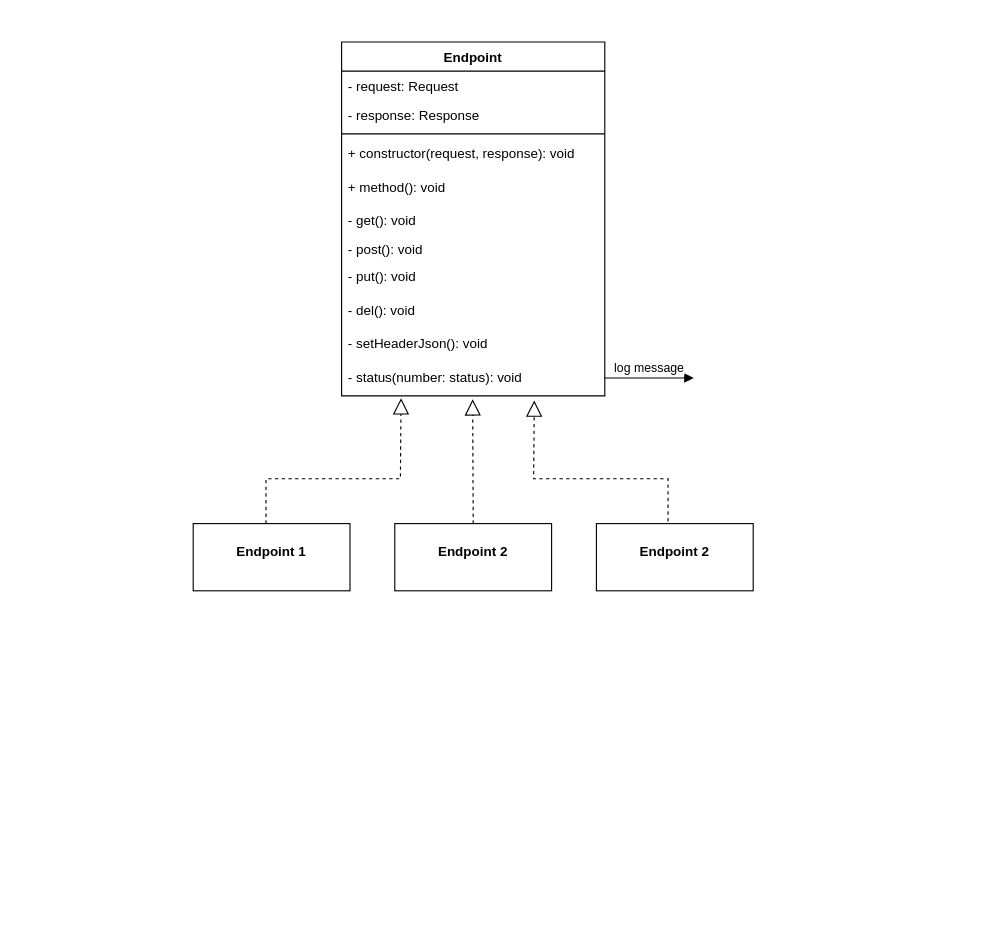
Before: docs/endpoints.drawio in syr0s/tubester-restful-api, a draw.io diagram. Source tidied: cells renumbered, new cells numbered last; positions are measured from the earlier drawing's top-left corner, leaving out a move shared by most shapes. Both pictures are drawn from the tidied source at 112%, with x=0, y=0 at pixel (193, 41).
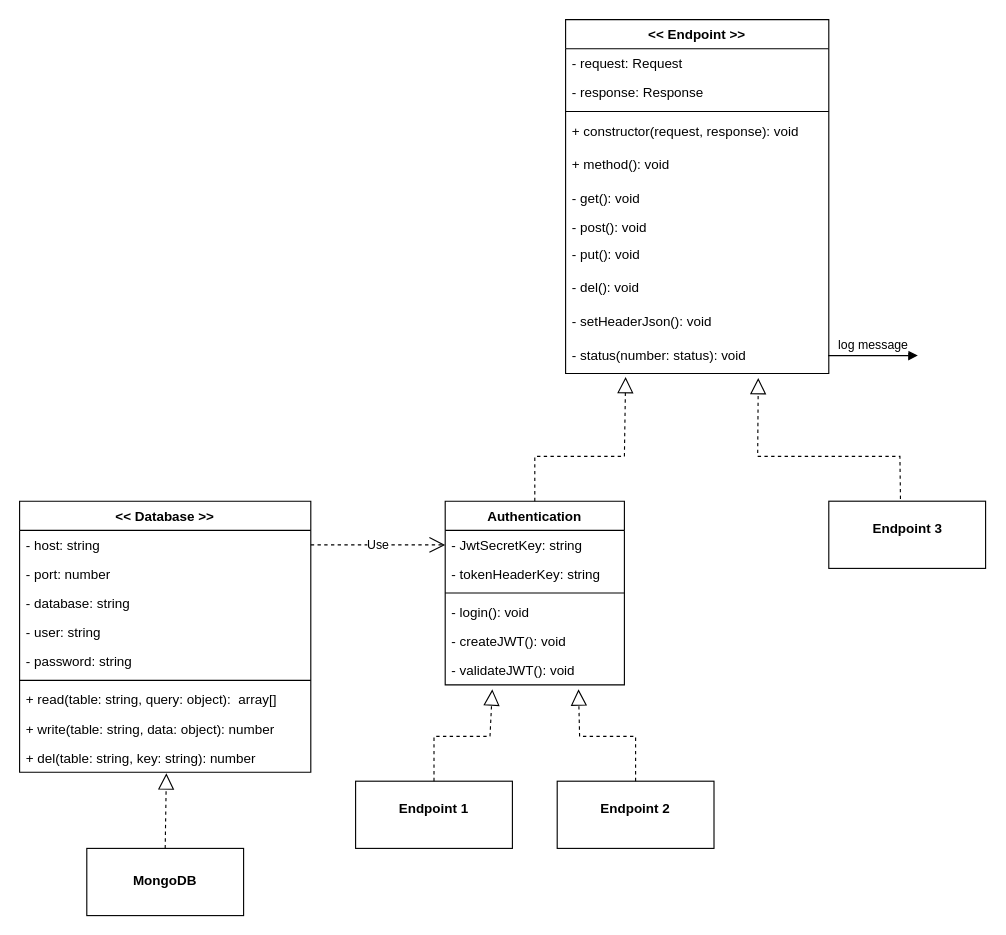
The same page after the edit.

Commit message (it also covers changes not shown here):
docs: :memo: added diagram for authentication and update endpoint diagram

Unchanged cells that the change refers to:
```xml
<mxCell id="13" value="- status(number: status): void" style="text;strokeColor=none;fillColor=none;align=left;verticalAlign=top;spacingLeft=4;spacingRight=4;overflow=hidden;points=[[0,0.5],[1,0.5]];portConstraint=eastwest;" parent="2" vertex="1">
  <mxGeometry y="286" width="235" height="30" as="geometry" />
</mxCell>
```

Diff of the diagram source:
```diff
@@
-    <mxCell id="2" value="Endpoint" style="swimlane;fontStyle=1;align=center;verticalAlign=top;horizontal=1;startSize=26;" parent="1" vertex="1">
-      <mxGeometry x="132.5" width="235" height="316" as="geometry" />
+    <mxCell id="2" value="&lt;&lt; Endpoint &gt;&gt;" style="swimlane;fontStyle=1;align=center;verticalAlign=top;horizontal=1;startSize=26;" parent="1" vertex="1">
+      <mxGeometry x="332.5" y="-20" width="235" height="316" as="geometry" />
     </mxCell>
@@
     <mxCell id="14" value="log message" style="html=1;verticalAlign=bottom;endArrow=block;rounded=0;" parent="1" edge="1">
       <mxGeometry relative="1" as="geometry">
-        <mxPoint x="367" y="300" as="sourcePoint" />
-        <mxPoint x="447" y="300" as="targetPoint" />
+        <mxPoint x="567" y="280" as="sourcePoint" />
+        <mxPoint x="647" y="280" as="targetPoint" />
       </mxGeometry>
     </mxCell>
     <mxCell id="15" value="&lt;p style=&quot;margin: 0px ; margin-top: 4px ; text-align: center&quot;&gt;&lt;br&gt;&lt;b&gt;Endpoint 1&lt;/b&gt;&lt;/p&gt;" style="verticalAlign=top;align=left;overflow=fill;fontSize=12;fontFamily=Helvetica;html=1;" parent="1" vertex="1">
-      <mxGeometry y="430" width="140" height="60" as="geometry" />
+      <mxGeometry x="145" y="660" width="140" height="60" as="geometry" />
     </mxCell>
     <mxCell id="16" value="&lt;p style=&quot;margin: 0px ; margin-top: 4px ; text-align: center&quot;&gt;&lt;br&gt;&lt;b&gt;Endpoint 2&lt;/b&gt;&lt;/p&gt;" style="verticalAlign=top;align=left;overflow=fill;fontSize=12;fontFamily=Helvetica;html=1;" parent="1" vertex="1">
-      <mxGeometry x="180" y="430" width="140" height="60" as="geometry" />
+      <mxGeometry x="325" y="660" width="140" height="60" as="geometry" />
     </mxCell>
-    <mxCell id="17" value="&lt;p style=&quot;margin: 0px ; margin-top: 4px ; text-align: center&quot;&gt;&lt;br&gt;&lt;b&gt;Endpoint 2&lt;/b&gt;&lt;/p&gt;" style="verticalAlign=top;align=left;overflow=fill;fontSize=12;fontFamily=Helvetica;html=1;" parent="1" vertex="1">
-      <mxGeometry x="360" y="430" width="140" height="60" as="geometry" />
+    <mxCell id="17" value="&lt;p style=&quot;margin: 0px ; margin-top: 4px ; text-align: center&quot;&gt;&lt;br&gt;&lt;b&gt;Endpoint 3&lt;/b&gt;&lt;/p&gt;" style="verticalAlign=top;align=left;overflow=fill;fontSize=12;fontFamily=Helvetica;html=1;" parent="1" vertex="1">
+      <mxGeometry x="567.5" y="410" width="140" height="60" as="geometry" />
     </mxCell>
-    <mxCell id="18" style="endArrow=block;dashed=1;endFill=0;endSize=12;html=1;rounded=0;exitX=0.5;exitY=0;exitDx=0;exitDy=0;entryX=0.498;entryY=1.1;entryDx=0;entryDy=0;entryPerimeter=0;" parent="1" edge="1" source="16" target="13">
-      <mxGeometry relative="1" as="geometry" />
-    </mxCell>
-    <mxCell id="19" style="endArrow=block;dashed=1;endFill=0;endSize=12;html=1;rounded=0;entryX=0.226;entryY=1.067;entryDx=0;entryDy=0;entryPerimeter=0;" parent="1" edge="1" target="13">
-      <mxGeometry relative="1" as="geometry">
-        <mxPoint x="65" y="430" as="sourcePoint" />
-        <Array as="points">
-          <mxPoint x="65" y="390" />
-          <mxPoint x="185" y="390" />
-        </Array>
-      </mxGeometry>
-    </mxCell>
     <mxCell id="20" style="endArrow=block;dashed=1;endFill=0;endSize=12;html=1;rounded=0;exitX=0.457;exitY=-0.033;exitDx=0;exitDy=0;exitPerimeter=0;entryX=0.732;entryY=1.133;entryDx=0;entryDy=0;entryPerimeter=0;" parent="1" edge="1" source="17" target="13">
       <mxGeometry relative="1" as="geometry">
         <Array as="points">
-          <mxPoint x="424" y="390" />
-          <mxPoint x="304" y="390" />
+          <mxPoint x="631" y="370" />
+          <mxPoint x="504" y="370" />
         </Array>
       </mxGeometry>
     </mxCell>
+    <mxCell id="21" value="Authentication" style="swimlane;fontStyle=1;align=center;verticalAlign=top;horizontal=1;startSize=26;" parent="1" vertex="1">
+      <mxGeometry x="225" y="410" width="160" height="164" as="geometry" />
+    </mxCell>
+    <mxCell id="22" value="- JwtSecretKey: string" style="text;strokeColor=none;fillColor=none;align=left;verticalAlign=top;spacingLeft=4;spacingRight=4;overflow=hidden;points=[[0,0.5],[1,0.5]];portConstraint=eastwest;" parent="21" vertex="1">
+      <mxGeometry y="26" width="160" height="26" as="geometry" />
+    </mxCell>
+    <mxCell id="23" value="- tokenHeaderKey: string" style="text;strokeColor=none;fillColor=none;align=left;verticalAlign=top;spacingLeft=4;spacingRight=4;overflow=hidden;" parent="21" vertex="1">
+      <mxGeometry y="52" width="160" height="26" as="geometry" />
+    </mxCell>
+    <mxCell id="24" style="line;strokeWidth=1;fillColor=none;align=left;verticalAlign=middle;spacingTop=-1;spacingLeft=3;spacingRight=3;labelPosition=right;" parent="21" vertex="1">
+      <mxGeometry y="78" width="160" height="8" as="geometry" />
+    </mxCell>
+    <mxCell id="25" value="- login(): void" style="text;strokeColor=none;fillColor=none;align=left;verticalAlign=top;spacingLeft=4;spacingRight=4;overflow=hidden;" parent="21" vertex="1">
+      <mxGeometry y="86" width="160" height="26" as="geometry" />
+    </mxCell>
+    <mxCell id="26" value="- createJWT(): void" style="text;strokeColor=none;fillColor=none;align=left;verticalAlign=top;spacingLeft=4;spacingRight=4;overflow=hidden;" parent="21" vertex="1">
+      <mxGeometry y="112" width="160" height="26" as="geometry" />
+    </mxCell>
+    <mxCell id="27" value="- validateJWT(): void" style="text;strokeColor=none;fillColor=none;align=left;verticalAlign=top;spacingLeft=4;spacingRight=4;overflow=hidden;points=[[0,0.5],[1,0.5]];portConstraint=eastwest;" parent="21" vertex="1">
+      <mxGeometry y="138" width="160" height="26" as="geometry" />
+    </mxCell>
+    <mxCell id="28" style="endArrow=block;dashed=1;endFill=0;endSize=12;html=1;rounded=0;exitX=0.5;exitY=0;exitDx=0;exitDy=0;entryX=0.228;entryY=1.1;entryDx=0;entryDy=0;entryPerimeter=0;" parent="1" edge="1" source="21" target="13">
+      <mxGeometry relative="1" as="geometry">
+        <Array as="points">
+          <mxPoint x="305" y="370" />
+          <mxPoint x="385" y="370" />
+        </Array>
+      </mxGeometry>
+    </mxCell>
+    <mxCell id="29" style="endArrow=block;dashed=1;endFill=0;endSize=12;html=1;rounded=0;exitX=0.5;exitY=0;exitDx=0;exitDy=0;entryX=0.263;entryY=1.154;entryDx=0;entryDy=0;entryPerimeter=0;" parent="1" edge="1" source="15" target="27">
+      <mxGeometry relative="1" as="geometry">
+        <Array as="points">
+          <mxPoint x="215" y="620" />
+          <mxPoint x="265" y="620" />
+        </Array>
+      </mxGeometry>
+    </mxCell>
+    <mxCell id="30" style="endArrow=block;dashed=1;endFill=0;endSize=12;html=1;rounded=0;exitX=0.5;exitY=0;exitDx=0;exitDy=0;entryX=0.744;entryY=1.154;entryDx=0;entryDy=0;entryPerimeter=0;" parent="1" edge="1" source="16" target="27">
+      <mxGeometry relative="1" as="geometry">
+        <Array as="points">
+          <mxPoint x="395" y="620" />
+          <mxPoint x="345" y="620" />
+        </Array>
+      </mxGeometry>
+    </mxCell>
+    <mxCell id="31" value="&lt;&lt; Database &gt;&gt;" style="swimlane;fontStyle=1;align=center;verticalAlign=top;horizontal=1;startSize=26;" parent="1" vertex="1">
+      <mxGeometry x="-155" y="410" width="260" height="242" as="geometry" />
+    </mxCell>
+    <mxCell id="32" value="- host: string" style="text;strokeColor=none;fillColor=none;align=left;verticalAlign=top;spacingLeft=4;spacingRight=4;overflow=hidden;points=[[0,0.5],[1,0.5]];portConstraint=eastwest;" parent="31" vertex="1">
+      <mxGeometry y="26" width="260" height="26" as="geometry" />
+    </mxCell>
+    <mxCell id="33" value="- port: number" style="text;strokeColor=none;fillColor=none;align=left;verticalAlign=top;spacingLeft=4;spacingRight=4;overflow=hidden;" parent="31" vertex="1">
+      <mxGeometry y="52" width="260" height="26" as="geometry" />
+    </mxCell>
+    <mxCell id="34" value="- database: string" style="text;strokeColor=none;fillColor=none;align=left;verticalAlign=top;spacingLeft=4;spacingRight=4;overflow=hidden;" parent="31" vertex="1">
+      <mxGeometry y="78" width="260" height="26" as="geometry" />
+    </mxCell>
+    <mxCell id="35" value="- user: string" style="text;strokeColor=none;fillColor=none;align=left;verticalAlign=top;spacingLeft=4;spacingRight=4;overflow=hidden;" parent="31" vertex="1">
+      <mxGeometry y="104" width="260" height="26" as="geometry" />
+    </mxCell>
+    <mxCell id="36" value="- password: string" style="text;strokeColor=none;fillColor=none;align=left;verticalAlign=top;spacingLeft=4;spacingRight=4;overflow=hidden;" parent="31" vertex="1">
+      <mxGeometry y="130" width="260" height="26" as="geometry" />
+    </mxCell>
+    <mxCell id="37" style="line;strokeWidth=1;fillColor=none;align=left;verticalAlign=middle;spacingTop=-1;spacingLeft=3;spacingRight=3;labelPosition=right;" parent="31" vertex="1">
+      <mxGeometry y="156" width="260" height="8" as="geometry" />
+    </mxCell>
+    <mxCell id="38" value="+ read(table: string, query: object):  array[]" style="text;strokeColor=none;fillColor=none;align=left;verticalAlign=top;spacingLeft=4;spacingRight=4;overflow=hidden;" parent="31" vertex="1">
+      <mxGeometry y="164" width="260" height="26" as="geometry" />
+    </mxCell>
+    <mxCell id="39" value="+ write(table: string, data: object): number" style="text;strokeColor=none;fillColor=none;align=left;verticalAlign=top;spacingLeft=4;spacingRight=4;overflow=hidden;" parent="31" vertex="1">
+      <mxGeometry y="190" width="260" height="26" as="geometry" />
+    </mxCell>
+    <mxCell id="40" value="+ del(table: string, key: string): number" style="text;strokeColor=none;fillColor=none;align=left;verticalAlign=top;spacingLeft=4;spacingRight=4;overflow=hidden;points=[[0,0.5],[1,0.5]];portConstraint=eastwest;" parent="31" vertex="1">
+      <mxGeometry y="216" width="260" height="26" as="geometry" />
+    </mxCell>
+    <mxCell id="41" value="Use" style="endArrow=open;endSize=12;dashed=1;html=1;rounded=0;exitX=1;exitY=0.5;exitDx=0;exitDy=0;entryX=0;entryY=0.5;entryDx=0;entryDy=0;" parent="1" edge="1" source="32" target="22">
+      <mxGeometry relative="1" as="geometry" />
+    </mxCell>
+    <mxCell id="42" value="&lt;p style=&quot;margin: 4px 0px 0px&quot;&gt;&lt;b&gt;&lt;br&gt;&lt;/b&gt;&lt;/p&gt;&lt;p style=&quot;margin: 4px 0px 0px&quot;&gt;&lt;b&gt;MongoDB&lt;/b&gt;&lt;/p&gt;" style="verticalAlign=top;align=center;overflow=fill;fontSize=12;fontFamily=Helvetica;html=1;" parent="1" vertex="1">
+      <mxGeometry x="-95" y="720" width="140" height="60" as="geometry" />
+    </mxCell>
+    <mxCell id="43" style="endArrow=block;dashed=1;endFill=0;endSize=12;html=1;rounded=0;exitX=0.5;exitY=0;exitDx=0;exitDy=0;entryX=0.504;entryY=1.038;entryDx=0;entryDy=0;entryPerimeter=0;" parent="1" edge="1" source="42" target="40">
+      <mxGeometry relative="1" as="geometry" />
+    </mxCell>
```
